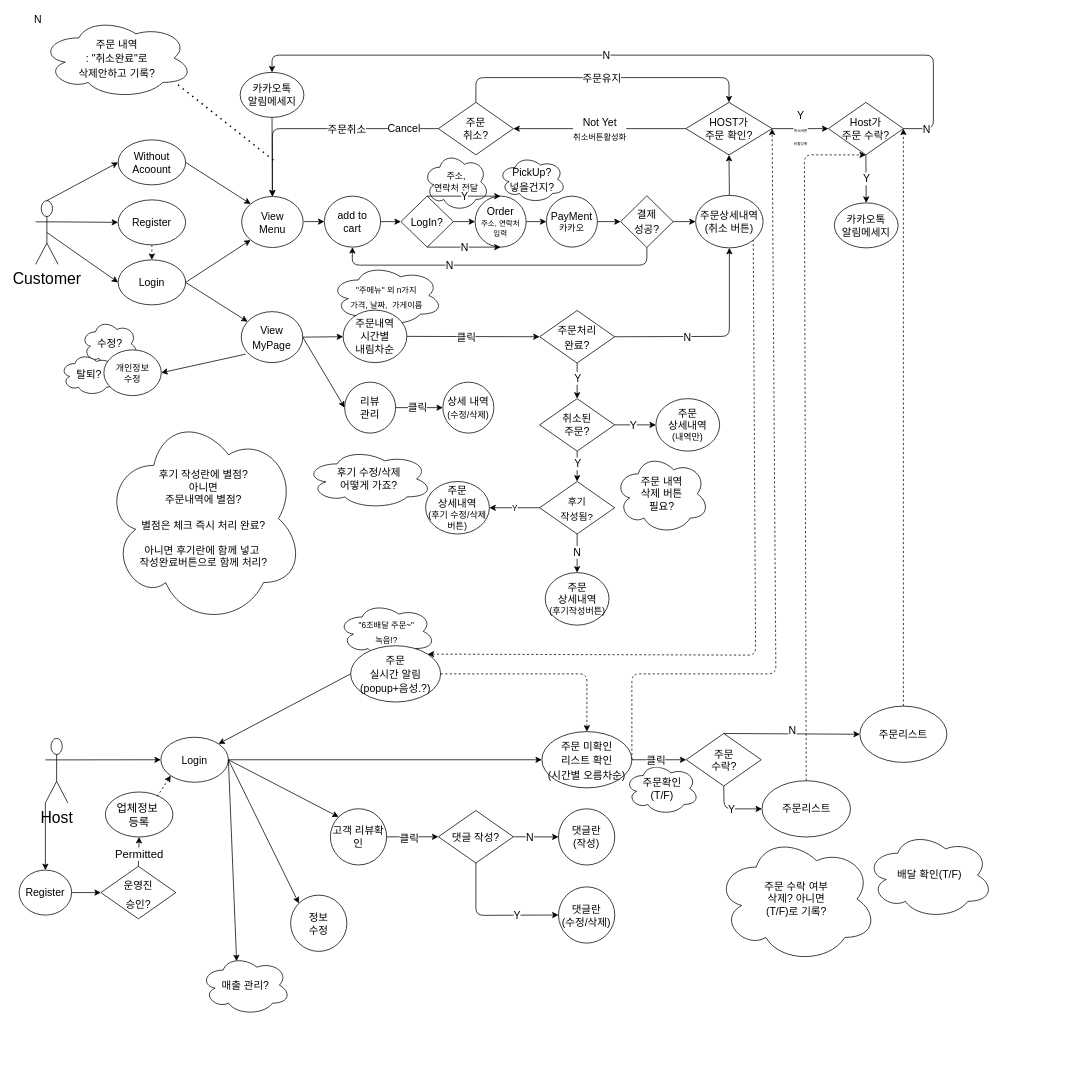
devjean1115/TestGit keeps this draw.io diagram as Untitled Diagram.drawio. Above is the earlier version. Source tidied: cells renumbered, new cells numbered last; positions are measured from the earlier drawing's top-left corner, leaving out a move shared by most shapes. Both pictures are drawn from the tidied source at 75%, with x=0, y=0 at pixel (19, 17).
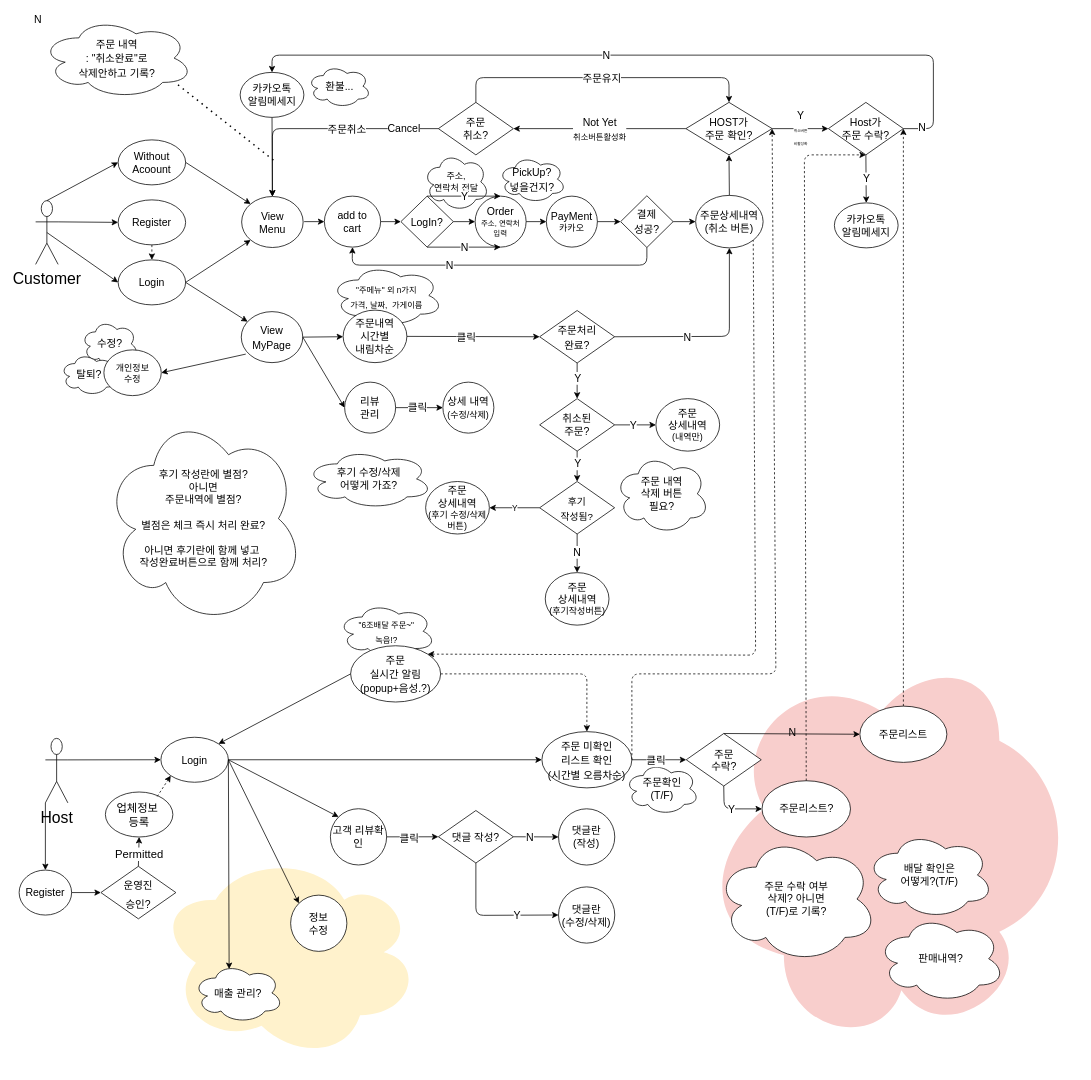
The same diagram, later.

The change refers to these unchanged cells:
```xml
<mxCell id="45" value="&lt;font style=&quot;font-size: 14px&quot;&gt;Host가&lt;br&gt;주문 수락?&lt;/font&gt;" style="rhombus;whiteSpace=wrap;html=1;" parent="1" vertex="1">
  <mxGeometry x="1079" y="113" width="100" height="70" as="geometry" />
</mxCell>
<mxCell id="51" style="endArrow=classic;html=1;fontSize=14;edgeStyle=orthogonalEdgeStyle;entryX=0.5;entryY=0;entryDx=0;entryDy=0;exitX=1;exitY=0.5;exitDx=0;exitDy=0;" parent="1" edge="1" source="45" target="55">
  <mxGeometry relative="1" as="geometry">
    <Array as="points">
      <mxPoint x="1219" y="50" />
      <mxPoint x="337" y="50" />
    </Array>
  </mxGeometry>
</mxCell>
<mxCell id="66" style="endArrow=classic;html=1;fontSize=15;entryX=0;entryY=0.5;entryDx=0;entryDy=0;exitX=0.5;exitY=0;exitDx=0;exitDy=0;" parent="1" edge="1" source="62" target="138">
  <mxGeometry relative="1" as="geometry" />
</mxCell>
```

The edit, as a diff of the source:
```diff
@@
+    <mxCell id="139" style="ellipse;shape=cloud;whiteSpace=wrap;html=1;labelBackgroundColor=none;fontSize=14;direction=west;fillColor=#fff2cc;strokeColor=none;" parent="1" vertex="1">
+      <mxGeometry x="192" y="1120" width="350" height="280" as="geometry" />
+    </mxCell>
+    <mxCell id="140" style="ellipse;shape=cloud;whiteSpace=wrap;html=1;fontSize=14;fillColor=#f8cecc;strokeColor=none;direction=north;" parent="1" vertex="1">
+      <mxGeometry x="889" y="860" width="522.5" height="520" as="geometry" />
+    </mxCell>
@@
-    <mxCell id="6" value="배달 확인(T/F)" style="ellipse;shape=cloud;whiteSpace=wrap;html=1;fontSize=14;" parent="1" vertex="1">
+    <mxCell id="6" value="배달 확인은&lt;br&gt;어떻게?(T/F)" style="ellipse;shape=cloud;whiteSpace=wrap;html=1;fontSize=14;" parent="1" vertex="1">
       <mxGeometry x="1129" y="1085" width="170" height="116.6" as="geometry" />
     </mxCell>
@@
     <mxCell id="53" value="N" style="edgeLabel;html=1;align=center;verticalAlign=middle;fontSize=14;" parent="51" vertex="1">
       <mxGeometry x="-0.92" y="9" relative="1" as="geometry">
-        <mxPoint x="-1" y="2" as="offset" />
+        <mxPoint x="-7" y="-1" as="offset" />
       </mxGeometry>
     </mxCell>
@@
-    <mxCell id="67" value="N" style="edgeLabel;html=1;align=center;verticalAlign=middle;fontSize=14;" parent="66" vertex="1">
+    <mxCell id="67" value="N" style="edgeLabel;html=1;align=center;verticalAlign=middle;fontSize=14;labelBackgroundColor=none;" parent="66" vertex="1">
       <mxGeometry relative="1" as="geometry">
-        <mxPoint y="-6" as="offset" />
+        <mxPoint y="-3" as="offset" />
       </mxGeometry>
     </mxCell>
@@
     <mxCell id="123" value="매출 관리?" style="ellipse;shape=cloud;whiteSpace=wrap;html=1;fontSize=14;" parent="1" vertex="1">
-      <mxGeometry x="242" y="1250" width="120" height="80" as="geometry" />
+      <mxGeometry x="232" y="1260.5" width="120" height="80" as="geometry" />
     </mxCell>
@@
-    <mxCell id="132" style="endArrow=classic;html=1;fontSize=16;dashed=1;entryX=0.5;entryY=1;entryDx=0;entryDy=0;exitX=0.5;exitY=0;exitDx=0;exitDy=0;" parent="1" edge="1" source="137" target="45">
-      <mxGeometry relative="1" as="geometry">
-        <Array as="points">
-          <mxPoint x="1047" y="183" />
-        </Array>
-      </mxGeometry>
-    </mxCell>
@@
-    <mxCell id="137" value="주문리스트" style="ellipse;whiteSpace=wrap;html=1;fontSize=14;" parent="1" vertex="1">
+    <mxCell id="137" value="주문리스트?" style="ellipse;whiteSpace=wrap;html=1;fontSize=14;" parent="1" vertex="1">
       <mxGeometry x="990.5" y="1017.5" width="118" height="75" as="geometry" />
     </mxCell>
@@
+    <mxCell id="141" value="판매내역?" style="ellipse;shape=cloud;whiteSpace=wrap;html=1;fontSize=14;" parent="1" vertex="1">
+      <mxGeometry x="1144" y="1196.6" width="170" height="116.6" as="geometry" />
+    </mxCell>
+    <mxCell id="132" style="endArrow=classic;html=1;fontSize=16;dashed=1;exitX=0.5;exitY=0;exitDx=0;exitDy=0;entryX=0.5;entryY=1;entryDx=0;entryDy=0;" parent="1" edge="1" source="137" target="45">
+      <mxGeometry relative="1" as="geometry">
+        <Array as="points">
+          <mxPoint x="1047" y="183" />
+        </Array>
+      </mxGeometry>
+    </mxCell>
+    <mxCell id="142" value="환불..." style="ellipse;shape=cloud;whiteSpace=wrap;html=1;fontSize=14;" parent="1" vertex="1">
+      <mxGeometry x="384.5" y="63" width="84.5" height="57" as="geometry" />
+    </mxCell>
```
